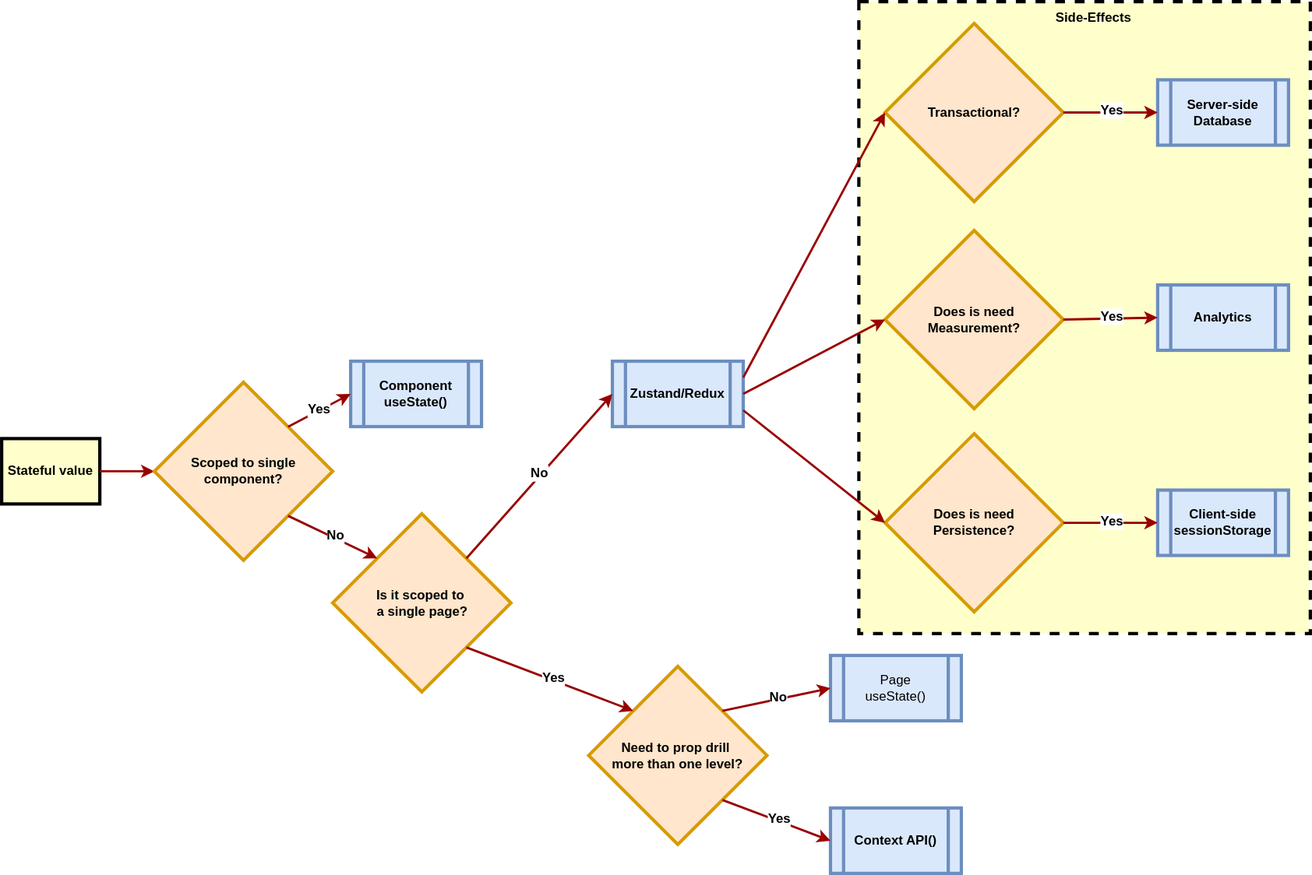
learnwithgurpreet/b.learnwithgurpreet.me keeps this draw.io diagram as src/images/state-management.drawio.svg. Above is the earlier version. Source tidied: cells renumbered, new cells last; positions are measured from the earlier drawing's top-left corner, leaving out a move shared by most shapes.
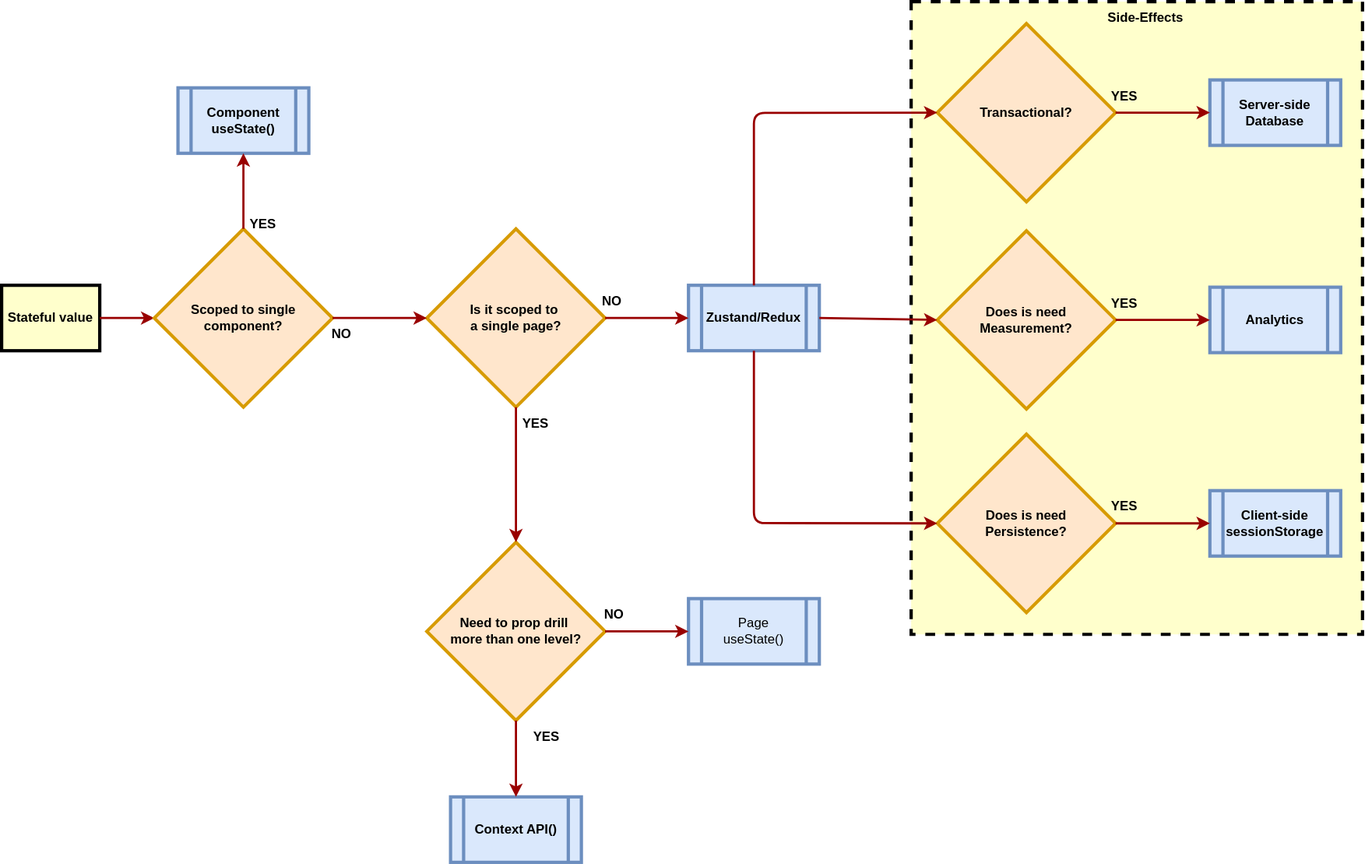
Later version of the same file.

Commit message:
change made in diagram

The edit, as a diff of the source:
```diff
@@ -12,103 +12,107 @@
       <mxGeometry x="140" y="349.2" width="163.5" height="163.5" as="geometry" />
     </mxCell>
     <mxCell id="5" value="Component&lt;div&gt;useState()&lt;/div&gt;" style="shape=process;whiteSpace=wrap;html=1;backgroundOutline=1;strokeColor=#6c8ebf;strokeWidth=3;align=center;verticalAlign=middle;fontFamily=Helvetica;fontSize=12;fontStyle=1;fillColor=#dae8fc;" parent="1" vertex="1">
-      <mxGeometry x="320" y="330" width="120" height="60" as="geometry" />
+      <mxGeometry x="161.8" y="220" width="120" height="60" as="geometry" />
     </mxCell>
-    <mxCell id="6" style="edgeStyle=none;noEdgeStyle=1;strokeColor=#990000;strokeWidth=2;exitX=1;exitY=0;exitDx=0;exitDy=0;entryX=0;entryY=0.5;entryDx=0;entryDy=0;" parent="1" edge="1" source="4" target="5">
+    <mxCell id="6" style="edgeStyle=none;noEdgeStyle=1;strokeColor=#990000;strokeWidth=2;exitX=0.5;exitY=0;exitDx=0;exitDy=0;entryX=0.5;entryY=1;entryDx=0;entryDy=0;" parent="1" edge="1" source="4" target="5">
       <mxGeometry relative="1" as="geometry" />
     </mxCell>
-    <mxCell id="7" value="Yes" style="edgeLabel;html=1;align=center;verticalAlign=middle;strokeColor=default;strokeWidth=3;fontFamily=Helvetica;fontSize=12;fontColor=default;fontStyle=1;fillColor=#FFFFCC;" parent="6" vertex="1">
+    <mxCell id="7" style="edgeLabel;html=1;align=center;verticalAlign=middle;strokeColor=default;strokeWidth=3;fontFamily=Helvetica;fontSize=12;fontColor=default;fontStyle=1;fillColor=#FFFFCC;" parent="6" vertex="1">
       <mxGeometry x="0.02" y="2" relative="1" as="geometry" />
     </mxCell>
     <mxCell id="8" value="Is it scoped to&amp;nbsp;&lt;div&gt;a single page?&lt;/div&gt;" style="rhombus;whiteSpace=wrap;html=1;strokeColor=#d79b00;strokeWidth=3;align=center;verticalAlign=middle;fontFamily=Helvetica;fontSize=12;fontStyle=1;fillColor=#ffe6cc;" parent="1" vertex="1">
-      <mxGeometry x="303.5" y="470" width="163.5" height="163.5" as="geometry" />
+      <mxGeometry x="390" y="349.2" width="163.5" height="163.5" as="geometry" />
     </mxCell>
-    <mxCell id="9" style="edgeStyle=none;noEdgeStyle=1;strokeColor=#990000;strokeWidth=2;exitX=1;exitY=1;exitDx=0;exitDy=0;entryX=0;entryY=0;entryDx=0;entryDy=0;" parent="1" edge="1" source="4" target="8">
+    <mxCell id="9" style="edgeStyle=none;noEdgeStyle=1;strokeColor=#990000;strokeWidth=2;exitX=1;exitY=0.5;exitDx=0;exitDy=0;entryX=0;entryY=0.5;entryDx=0;entryDy=0;" parent="1" edge="1" source="4" target="8">
       <mxGeometry relative="1" as="geometry" />
     </mxCell>
-    <mxCell id="10" value="No" style="edgeLabel;html=1;align=center;verticalAlign=middle;strokeColor=default;strokeWidth=3;fontFamily=Helvetica;fontSize=12;fontColor=default;fontStyle=1;fillColor=#FFFFCC;" parent="9" vertex="1">
+    <mxCell id="10" style="edgeLabel;html=1;align=center;verticalAlign=middle;strokeColor=default;strokeWidth=3;fontFamily=Helvetica;fontSize=12;fontColor=default;fontStyle=1;fillColor=#FFFFCC;" parent="9" vertex="1">
       <mxGeometry x="0.02" y="2" relative="1" as="geometry" />
     </mxCell>
     <mxCell id="11" value="Zustand/Redux" style="shape=process;whiteSpace=wrap;html=1;backgroundOutline=1;strokeColor=#6c8ebf;strokeWidth=3;align=center;verticalAlign=middle;fontFamily=Helvetica;fontSize=12;fontStyle=1;fillColor=#dae8fc;" parent="1" vertex="1">
-      <mxGeometry x="560" y="330" width="120" height="60" as="geometry" />
+      <mxGeometry x="630" y="401" width="120" height="60" as="geometry" />
     </mxCell>
-    <mxCell id="12" style="edgeStyle=none;noEdgeStyle=1;strokeColor=#990000;strokeWidth=2;exitX=1;exitY=0;exitDx=0;exitDy=0;entryX=0;entryY=0.5;entryDx=0;entryDy=0;" parent="1" edge="1" source="8" target="11">
+    <mxCell id="12" style="edgeStyle=none;noEdgeStyle=1;strokeColor=#990000;strokeWidth=2;exitX=1;exitY=0.5;exitDx=0;exitDy=0;entryX=0;entryY=0.5;entryDx=0;entryDy=0;" parent="1" edge="1" source="8" target="11">
       <mxGeometry relative="1" as="geometry" />
     </mxCell>
-    <mxCell id="13" value="No" style="edgeLabel;html=1;align=center;verticalAlign=middle;strokeColor=default;strokeWidth=3;fontFamily=Helvetica;fontSize=12;fontColor=default;fontStyle=1;fillColor=#FFFFCC;" parent="12" vertex="1">
+    <mxCell id="13" style="edgeLabel;html=1;align=center;verticalAlign=middle;strokeColor=default;strokeWidth=3;fontFamily=Helvetica;fontSize=12;fontColor=default;fontStyle=1;fillColor=#FFFFCC;" parent="12" vertex="1">
       <mxGeometry x="0.02" y="2" relative="1" as="geometry" />
     </mxCell>
     <mxCell id="14" value="Need to prop drill&amp;nbsp;&lt;div&gt;more than one level?&lt;/div&gt;" style="rhombus;whiteSpace=wrap;html=1;strokeColor=#d79b00;strokeWidth=3;align=center;verticalAlign=middle;fontFamily=Helvetica;fontSize=12;fontStyle=1;fillColor=#ffe6cc;" parent="1" vertex="1">
-      <mxGeometry x="538.2" y="610" width="163.5" height="163.5" as="geometry" />
+      <mxGeometry x="390" y="636.5" width="163.5" height="163.5" as="geometry" />
     </mxCell>
-    <mxCell id="15" style="edgeStyle=none;noEdgeStyle=1;strokeColor=#990000;strokeWidth=2;exitX=1;exitY=1;exitDx=0;exitDy=0;entryX=0;entryY=0;entryDx=0;entryDy=0;" parent="1" edge="1" source="8" target="14">
+    <mxCell id="15" style="edgeStyle=none;noEdgeStyle=1;strokeColor=#990000;strokeWidth=2;exitX=0.5;exitY=1;exitDx=0;exitDy=0;entryX=0.5;entryY=0;entryDx=0;entryDy=0;" parent="1" edge="1" source="8" target="14">
       <mxGeometry relative="1" as="geometry" />
     </mxCell>
-    <mxCell id="16" value="Yes" style="edgeLabel;html=1;align=center;verticalAlign=middle;strokeColor=default;strokeWidth=3;fontFamily=Helvetica;fontSize=12;fontColor=default;fontStyle=1;fillColor=#FFFFCC;" parent="15" vertex="1">
+    <mxCell id="16" style="edgeLabel;html=1;align=center;verticalAlign=middle;strokeColor=default;strokeWidth=3;fontFamily=Helvetica;fontSize=12;fontColor=default;fontStyle=1;fillColor=#FFFFCC;" parent="15" vertex="1">
       <mxGeometry x="0.02" y="2" relative="1" as="geometry" />
     </mxCell>
     <mxCell id="17" value="Page&lt;div&gt;useState()&lt;/div&gt;" style="shape=process;whiteSpace=wrap;html=1;backgroundOutline=1;strokeColor=#6c8ebf;strokeWidth=3;align=center;verticalAlign=middle;fontFamily=Helvetica;fontSize=12;fontStyle=0;fillColor=#dae8fc;" parent="1" vertex="1">
-      <mxGeometry x="760" y="600" width="120" height="60" as="geometry" />
+      <mxGeometry x="630" y="688.2" width="120" height="60" as="geometry" />
     </mxCell>
     <mxCell id="18" value="Context API()" style="shape=process;whiteSpace=wrap;html=1;backgroundOutline=1;strokeColor=#6c8ebf;strokeWidth=3;align=center;verticalAlign=middle;fontFamily=Helvetica;fontSize=12;fontStyle=1;fillColor=#dae8fc;" parent="1" vertex="1">
-      <mxGeometry x="760" y="740" width="120" height="60" as="geometry" />
+      <mxGeometry x="411.8" y="870" width="120" height="60" as="geometry" />
     </mxCell>
-    <mxCell id="19" style="edgeStyle=none;noEdgeStyle=1;strokeColor=#990000;strokeWidth=2;exitX=1;exitY=1;exitDx=0;exitDy=0;entryX=0;entryY=0.5;entryDx=0;entryDy=0;" parent="1" edge="1" source="14" target="18">
+    <mxCell id="19" style="edgeStyle=none;noEdgeStyle=1;strokeColor=#990000;strokeWidth=2;exitX=0.5;exitY=1;exitDx=0;exitDy=0;entryX=0.5;entryY=0;entryDx=0;entryDy=0;" parent="1" edge="1" source="14" target="18">
       <mxGeometry relative="1" as="geometry" />
     </mxCell>
-    <mxCell id="20" value="Yes" style="edgeLabel;html=1;align=center;verticalAlign=middle;strokeColor=default;strokeWidth=3;fontFamily=Helvetica;fontSize=12;fontColor=default;fontStyle=1;fillColor=#FFFFCC;" parent="19" vertex="1">
+    <mxCell id="20" style="edgeLabel;html=1;align=center;verticalAlign=middle;strokeColor=default;strokeWidth=3;fontFamily=Helvetica;fontSize=12;fontColor=default;fontStyle=1;fillColor=#FFFFCC;" parent="19" vertex="1">
       <mxGeometry x="0.02" y="2" relative="1" as="geometry" />
     </mxCell>
-    <mxCell id="21" style="edgeStyle=none;noEdgeStyle=1;strokeColor=#990000;strokeWidth=2;exitX=1;exitY=0;exitDx=0;exitDy=0;entryX=0;entryY=0.5;entryDx=0;entryDy=0;" parent="1" edge="1" source="14" target="17">
+    <mxCell id="21" style="edgeStyle=none;noEdgeStyle=1;strokeColor=#990000;strokeWidth=2;exitX=1;exitY=0.5;exitDx=0;exitDy=0;entryX=0;entryY=0.5;entryDx=0;entryDy=0;" parent="1" edge="1" source="14" target="17">
       <mxGeometry relative="1" as="geometry" />
     </mxCell>
-    <mxCell id="22" value="No" style="edgeLabel;html=1;align=center;verticalAlign=middle;strokeColor=default;strokeWidth=3;fontFamily=Helvetica;fontSize=12;fontColor=default;fontStyle=1;fillColor=#FFFFCC;" parent="21" vertex="1">
+    <mxCell id="22" style="edgeLabel;html=1;align=center;verticalAlign=middle;strokeColor=default;strokeWidth=3;fontFamily=Helvetica;fontSize=12;fontColor=default;fontStyle=1;fillColor=#FFFFCC;" parent="21" vertex="1">
       <mxGeometry x="0.02" y="2" relative="1" as="geometry" />
     </mxCell>
     <mxCell id="23" style="rounded=0;whiteSpace=wrap;html=1;strokeColor=default;strokeWidth=3;align=center;verticalAlign=middle;fontFamily=Helvetica;fontSize=12;fontColor=default;fontStyle=1;fillColor=#FFFFCC;dashed=1;" parent="1" vertex="1">
-      <mxGeometry x="786" width="414" height="580" as="geometry" />
+      <mxGeometry x="834.2" y="141" width="414" height="580" as="geometry" />
     </mxCell>
     <mxCell id="24" value="Transactional?" style="rhombus;whiteSpace=wrap;html=1;strokeColor=#d79b00;strokeWidth=3;align=center;verticalAlign=middle;fontFamily=Helvetica;fontSize=12;fontStyle=1;fillColor=#ffe6cc;" parent="1" vertex="1">
-      <mxGeometry x="810" y="20" width="163.5" height="163.5" as="geometry" />
+      <mxGeometry x="858.2" y="161" width="163.5" height="163.5" as="geometry" />
     </mxCell>
     <mxCell id="25" value="Does is need&lt;div&gt;Measurement?&lt;/div&gt;" style="rhombus;whiteSpace=wrap;html=1;strokeColor=#d79b00;strokeWidth=3;align=center;verticalAlign=middle;fontFamily=Helvetica;fontSize=12;fontStyle=1;fillColor=#ffe6cc;" parent="1" vertex="1">
-      <mxGeometry x="810" y="210" width="163.5" height="163.5" as="geometry" />
+      <mxGeometry x="858.2" y="351" width="163.5" height="163.5" as="geometry" />
     </mxCell>
     <mxCell id="26" value="Does is need&lt;div&gt;Persistence?&lt;/div&gt;" style="rhombus;whiteSpace=wrap;html=1;strokeColor=#d79b00;strokeWidth=3;align=center;verticalAlign=middle;fontFamily=Helvetica;fontSize=12;fontStyle=1;fillColor=#ffe6cc;" parent="1" vertex="1">
-      <mxGeometry x="810" y="396.5" width="163.5" height="163.5" as="geometry" />
+      <mxGeometry x="858.2" y="537.5" width="163.5" height="163.5" as="geometry" />
     </mxCell>
     <mxCell id="27" value="Server-side&lt;div&gt;Database&lt;/div&gt;" style="shape=process;whiteSpace=wrap;html=1;backgroundOutline=1;strokeColor=#6c8ebf;strokeWidth=3;align=center;verticalAlign=middle;fontFamily=Helvetica;fontSize=12;fontStyle=1;fillColor=#dae8fc;" parent="1" vertex="1">
-      <mxGeometry x="1060" y="71.8" width="120" height="60" as="geometry" />
+      <mxGeometry x="1108.2" y="212.8" width="120" height="60" as="geometry" />
     </mxCell>
     <mxCell id="28" value="Analytics" style="shape=process;whiteSpace=wrap;html=1;backgroundOutline=1;strokeColor=#6c8ebf;strokeWidth=3;align=center;verticalAlign=middle;fontFamily=Helvetica;fontSize=12;fontStyle=1;fillColor=#dae8fc;" parent="1" vertex="1">
-      <mxGeometry x="1060" y="260" width="120" height="60" as="geometry" />
+      <mxGeometry x="1108.2" y="402.8" width="120" height="60" as="geometry" />
     </mxCell>
     <mxCell id="29" value="Client-side&lt;div&gt;sessionStorage&lt;/div&gt;" style="shape=process;whiteSpace=wrap;html=1;backgroundOutline=1;strokeColor=#6c8ebf;strokeWidth=3;align=center;verticalAlign=middle;fontFamily=Helvetica;fontSize=12;fontStyle=1;fillColor=#dae8fc;" parent="1" vertex="1">
-      <mxGeometry x="1060" y="448.2" width="120" height="60" as="geometry" />
+      <mxGeometry x="1108.2" y="589.2" width="120" height="60" as="geometry" />
     </mxCell>
     <mxCell id="30" style="edgeStyle=none;noEdgeStyle=1;strokeColor=#990000;strokeWidth=2;exitX=1;exitY=0.5;exitDx=0;exitDy=0;entryX=0;entryY=0.5;entryDx=0;entryDy=0;" parent="1" edge="1" source="24" target="27">
       <mxGeometry relative="1" as="geometry" />
     </mxCell>
-    <mxCell id="31" value="Yes" style="edgeLabel;html=1;align=center;verticalAlign=middle;strokeColor=default;strokeWidth=3;fontFamily=Helvetica;fontSize=12;fontColor=default;fontStyle=1;fillColor=#FFFFCC;" parent="30" vertex="1">
+    <mxCell id="31" style="edgeLabel;html=1;align=center;verticalAlign=middle;strokeColor=default;strokeWidth=3;fontFamily=Helvetica;fontSize=12;fontColor=default;fontStyle=1;fillColor=#FFFFCC;" parent="30" vertex="1">
       <mxGeometry x="0.02" y="2" relative="1" as="geometry" />
     </mxCell>
     <mxCell id="32" style="edgeStyle=none;noEdgeStyle=1;strokeColor=#990000;strokeWidth=2;exitX=1;exitY=0.5;exitDx=0;exitDy=0;entryX=0;entryY=0.5;entryDx=0;entryDy=0;" parent="1" edge="1" source="25" target="28">
       <mxGeometry relative="1" as="geometry" />
     </mxCell>
-    <mxCell id="33" value="Yes" style="edgeLabel;html=1;align=center;verticalAlign=middle;strokeColor=default;strokeWidth=3;fontFamily=Helvetica;fontSize=12;fontColor=default;fontStyle=1;fillColor=#FFFFCC;" parent="32" vertex="1">
+    <mxCell id="33" style="edgeLabel;html=1;align=center;verticalAlign=middle;strokeColor=default;strokeWidth=3;fontFamily=Helvetica;fontSize=12;fontColor=default;fontStyle=1;fillColor=#FFFFCC;" parent="32" vertex="1">
       <mxGeometry x="0.02" y="2" relative="1" as="geometry" />
     </mxCell>
     <mxCell id="34" style="edgeStyle=none;noEdgeStyle=1;strokeColor=#990000;strokeWidth=2;exitX=1;exitY=0.5;exitDx=0;exitDy=0;entryX=0;entryY=0.5;entryDx=0;entryDy=0;" parent="1" edge="1" source="26" target="29">
       <mxGeometry relative="1" as="geometry" />
     </mxCell>
-    <mxCell id="35" value="Yes" style="edgeLabel;html=1;align=center;verticalAlign=middle;strokeColor=default;strokeWidth=3;fontFamily=Helvetica;fontSize=12;fontColor=default;fontStyle=1;fillColor=#FFFFCC;" parent="34" vertex="1">
+    <mxCell id="35" style="edgeLabel;html=1;align=center;verticalAlign=middle;strokeColor=default;strokeWidth=3;fontFamily=Helvetica;fontSize=12;fontColor=default;fontStyle=1;fillColor=#FFFFCC;" parent="34" vertex="1">
       <mxGeometry x="0.02" y="2" relative="1" as="geometry" />
     </mxCell>
     <mxCell id="36" value="Side-Effects" style="text;html=1;align=center;verticalAlign=middle;whiteSpace=wrap;rounded=0;fontFamily=Helvetica;fontSize=12;fontColor=default;fontStyle=1;" parent="1" vertex="1">
-      <mxGeometry x="963" width="77" height="30" as="geometry" />
+      <mxGeometry x="1011.2" y="141" width="77" height="30" as="geometry" />
     </mxCell>
-    <mxCell id="37" style="edgeStyle=none;noEdgeStyle=1;strokeColor=#990000;strokeWidth=2;exitX=1;exitY=0.25;exitDx=0;exitDy=0;entryX=0;entryY=0.5;entryDx=0;entryDy=0;" parent="1" edge="1" source="11" target="24">
-      <mxGeometry relative="1" as="geometry" />
+    <mxCell id="37" style="edgeStyle=none;noEdgeStyle=1;strokeColor=#990000;strokeWidth=2;exitX=0.5;exitY=0;exitDx=0;exitDy=0;entryX=0;entryY=0.5;entryDx=0;entryDy=0;" parent="1" edge="1" source="11" target="24">
+      <mxGeometry relative="1" as="geometry">
+        <Array as="points">
+          <mxPoint x="690" y="243" />
+        </Array>
+      </mxGeometry>
     </mxCell>
     <mxCell id="38" style="edgeLabel;html=1;align=center;verticalAlign=middle;strokeColor=default;strokeWidth=3;fontFamily=Helvetica;fontSize=12;fontColor=default;fontStyle=1;fillColor=#FFFFCC;" parent="37" vertex="1">
       <mxGeometry x="0.02" y="2" relative="1" as="geometry" />
@@ -119,11 +123,42 @@
     <mxCell id="40" style="edgeLabel;html=1;align=center;verticalAlign=middle;strokeColor=default;strokeWidth=3;fontFamily=Helvetica;fontSize=12;fontColor=default;fontStyle=1;fillColor=#FFFFCC;" parent="39" vertex="1">
       <mxGeometry x="0.02" y="2" relative="1" as="geometry" />
     </mxCell>
-    <mxCell id="41" style="edgeStyle=none;noEdgeStyle=1;strokeColor=#990000;strokeWidth=2;entryX=0;entryY=0.5;entryDx=0;entryDy=0;exitX=1;exitY=0.75;exitDx=0;exitDy=0;" parent="1" edge="1" source="11" target="26">
-      <mxGeometry relative="1" as="geometry" />
+    <mxCell id="41" style="edgeStyle=none;noEdgeStyle=1;strokeColor=#990000;strokeWidth=2;entryX=0;entryY=0.5;entryDx=0;entryDy=0;exitX=0.5;exitY=1;exitDx=0;exitDy=0;" parent="1" edge="1" source="11" target="26">
+      <mxGeometry relative="1" as="geometry">
+        <Array as="points">
+          <mxPoint x="690" y="619" />
+        </Array>
+      </mxGeometry>
     </mxCell>
     <mxCell id="42" style="edgeLabel;html=1;align=center;verticalAlign=middle;strokeColor=default;strokeWidth=3;fontFamily=Helvetica;fontSize=12;fontColor=default;fontStyle=1;fillColor=#FFFFCC;" parent="41" vertex="1">
       <mxGeometry x="0.02" y="2" relative="1" as="geometry" />
     </mxCell>
+    <mxCell id="43" value="YES" style="text;html=1;align=center;verticalAlign=middle;whiteSpace=wrap;rounded=0;fontStyle=1;" parent="1" vertex="1">
+      <mxGeometry x="460" y="512.8" width="60" height="30" as="geometry" />
+    </mxCell>
+    <mxCell id="44" value="YES" style="text;html=1;align=center;verticalAlign=middle;whiteSpace=wrap;rounded=0;fontStyle=1;" parent="1" vertex="1">
+      <mxGeometry x="210" y="330" width="60" height="30" as="geometry" />
+    </mxCell>
+    <mxCell id="45" value="NO" style="text;html=1;align=center;verticalAlign=middle;whiteSpace=wrap;rounded=0;fontStyle=1;" parent="1" vertex="1">
+      <mxGeometry x="281.8" y="431" width="60" height="30" as="geometry" />
+    </mxCell>
+    <mxCell id="46" value="NO" style="text;html=1;align=center;verticalAlign=middle;whiteSpace=wrap;rounded=0;fontStyle=1;" parent="1" vertex="1">
+      <mxGeometry x="530" y="401" width="60" height="30" as="geometry" />
+    </mxCell>
+    <mxCell id="47" value="YES" style="text;html=1;align=center;verticalAlign=middle;whiteSpace=wrap;rounded=0;fontStyle=1;" parent="1" vertex="1">
+      <mxGeometry x="470" y="800" width="60" height="30" as="geometry" />
+    </mxCell>
+    <mxCell id="48" value="NO" style="text;html=1;align=center;verticalAlign=middle;whiteSpace=wrap;rounded=0;fontStyle=1;" parent="1" vertex="1">
+      <mxGeometry x="531.8" y="688.2" width="60" height="30" as="geometry" />
+    </mxCell>
+    <mxCell id="49" value="YES" style="text;html=1;align=center;verticalAlign=middle;whiteSpace=wrap;rounded=0;fontStyle=1;" parent="1" vertex="1">
+      <mxGeometry x="1000" y="212.8" width="60" height="30" as="geometry" />
+    </mxCell>
+    <mxCell id="50" value="YES" style="text;html=1;align=center;verticalAlign=middle;whiteSpace=wrap;rounded=0;fontStyle=1;" parent="1" vertex="1">
+      <mxGeometry x="1000" y="402.8" width="60" height="30" as="geometry" />
+    </mxCell>
+    <mxCell id="51" value="YES" style="text;html=1;align=center;verticalAlign=middle;whiteSpace=wrap;rounded=0;fontStyle=1;" parent="1" vertex="1">
+      <mxGeometry x="1000" y="589.2" width="60" height="30" as="geometry" />
+    </mxCell>
   </root>
 </mxGraphModel>
```
